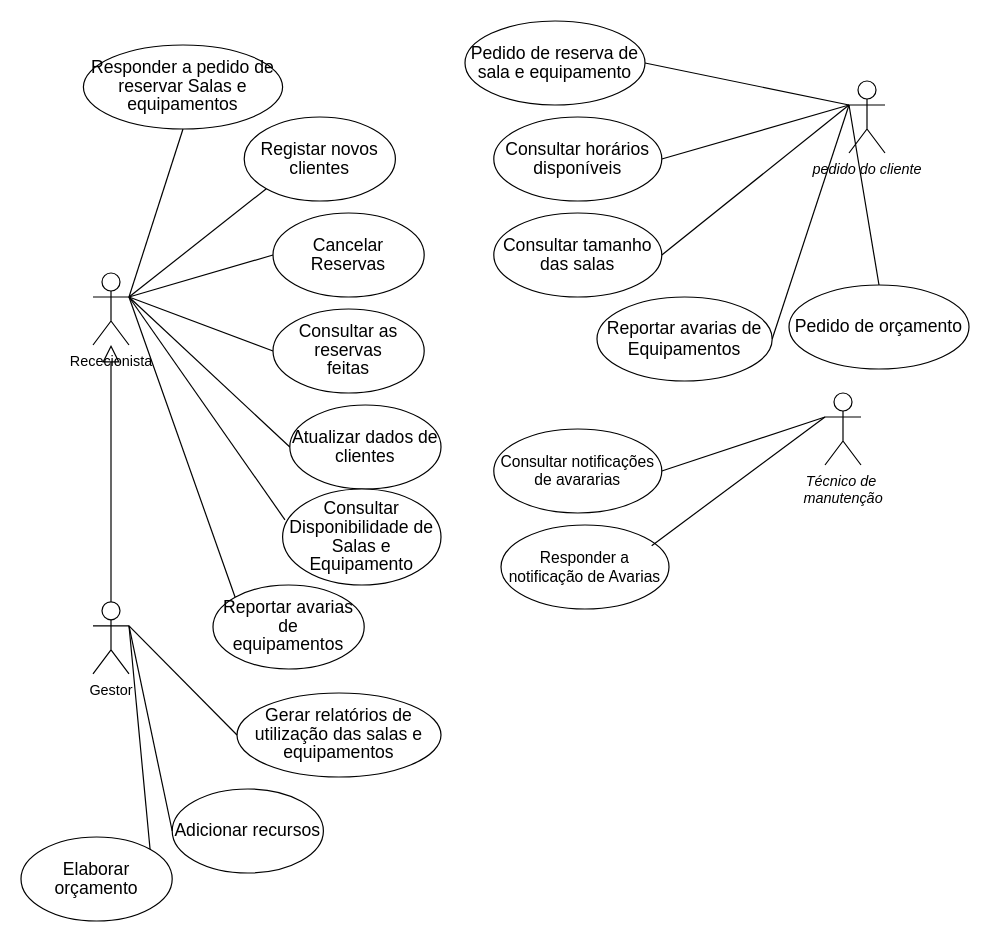
This is page "Use Case normal" (1 of 2) of projeto case use.drawio from ic3K1ng/Rooms-Equipments, a draw.io file, before an edit. Source tidied: cells renumbered, new cells numbered last; positions are measured from the earlier drawing's top-left corner, leaving out a move shared by most shapes. Both pictures are drawn from the tidied source at 120%, with x=0, y=0 at pixel (20, 20).
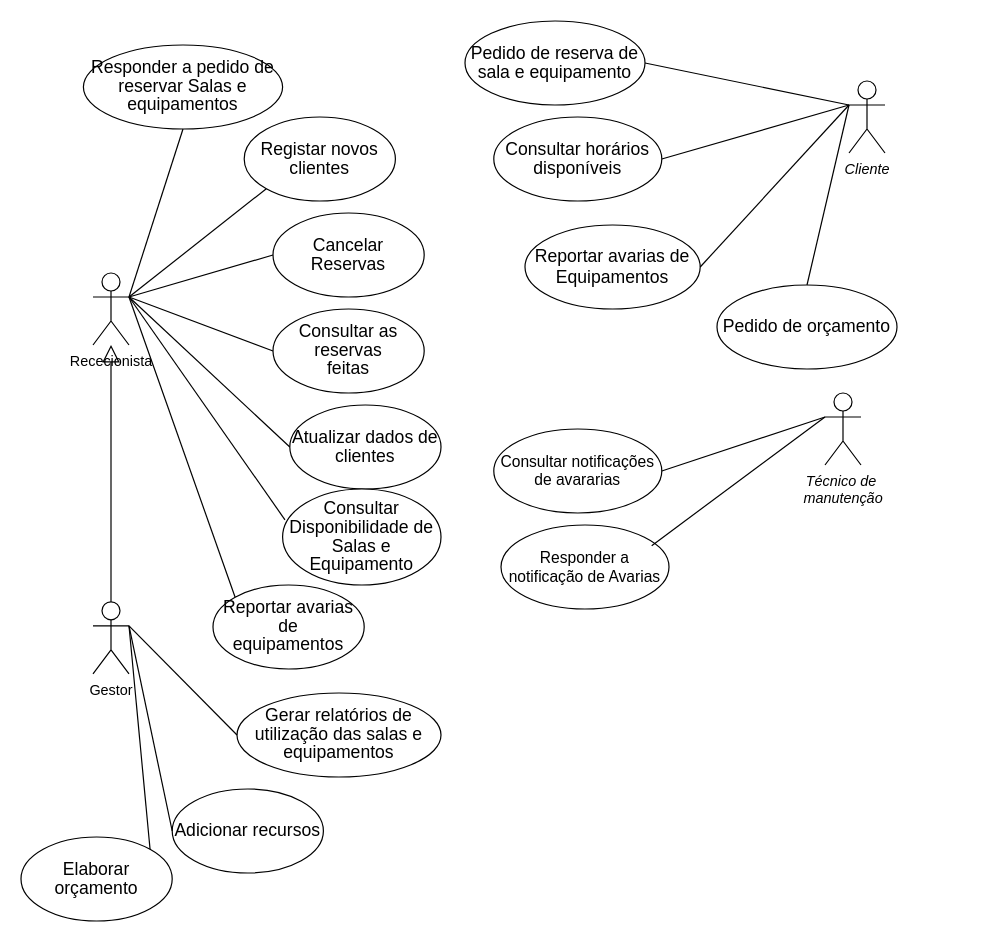
The same diagram, later.

Change to the diagram source:
```diff
@@
-    <mxCell id="23" value="&lt;i&gt;pedido do cliente&lt;/i&gt;" style="shape=umlActor;html=1;verticalLabelPosition=bottom;verticalAlign=top;align=center;" parent="1" vertex="1">
+    <mxCell id="23" value="&lt;i&gt;Cliente&lt;/i&gt;" style="shape=umlActor;html=1;verticalLabelPosition=bottom;verticalAlign=top;align=center;" parent="1" vertex="1">
       <mxGeometry x="690" y="50" width="30" height="60" as="geometry" />
     </mxCell>
@@
-    <mxCell id="28" value="&lt;span style=&quot;font-size:11.0pt;line-height:107%;&lt;br/&gt;font-family:&amp;quot;Aptos&amp;quot;,sans-serif;mso-ascii-theme-font:minor-latin;mso-fareast-font-family:&lt;br/&gt;Aptos;mso-fareast-theme-font:minor-latin;mso-hansi-theme-font:minor-latin;&lt;br/&gt;mso-bidi-font-family:Arial;mso-bidi-theme-font:minor-bidi;mso-ansi-language:&lt;br/&gt;PT;mso-fareast-language:EN-US;mso-bidi-language:AR-SA&quot;&gt;Consultar tamanho das salas&lt;/span&gt;" style="ellipse;whiteSpace=wrap;html=1;" parent="1" vertex="1">
-      <mxGeometry x="394" y="160" width="140" height="70" as="geometry" />
-    </mxCell>
-    <mxCell id="29" style="edgeStyle=none;html=1;endArrow=none;verticalAlign=bottom;rounded=0;exitX=1;exitY=0.5;exitDx=0;exitDy=0;entryX=0;entryY=0.3333333333333333;entryDx=0;entryDy=0;entryPerimeter=0;" parent="1" edge="1" source="28" target="23">
-      <mxGeometry relative="1" as="geometry" />
-    </mxCell>
@@
     <mxCell id="34" value="&lt;span style=&quot;font-size: 14.6667px;&quot;&gt;Reportar avarias de Equipamentos&lt;/span&gt;" style="ellipse;whiteSpace=wrap;html=1;" parent="1" vertex="1">
-      <mxGeometry x="480" y="230" width="146" height="70" as="geometry" />
+      <mxGeometry x="420" y="170" width="146" height="70" as="geometry" />
     </mxCell>
@@
     <mxCell id="39" value="&lt;span style=&quot;font-size:11.0pt;line-height:107%;&lt;br/&gt;font-family:&amp;quot;Aptos&amp;quot;,sans-serif;mso-ascii-theme-font:minor-latin;mso-fareast-font-family:&lt;br/&gt;Aptos;mso-fareast-theme-font:minor-latin;mso-hansi-theme-font:minor-latin;&lt;br/&gt;mso-bidi-font-family:Arial;mso-bidi-theme-font:minor-bidi;mso-ansi-language:&lt;br/&gt;PT;mso-fareast-language:EN-US;mso-bidi-language:AR-SA&quot;&gt;Pedido de orçamento&lt;/span&gt;" style="ellipse;whiteSpace=wrap;html=1;" parent="1" vertex="1">
-      <mxGeometry x="640" y="220" width="150" height="70" as="geometry" />
+      <mxGeometry x="580" y="220" width="150" height="70" as="geometry" />
     </mxCell>
```
